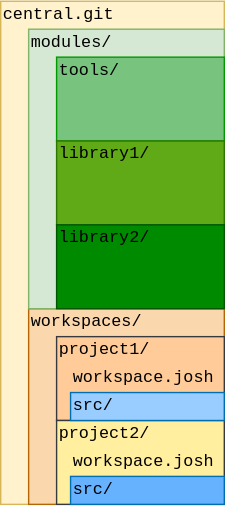
This is docs/img/central.svg from josh-project/josh, a draw.io export, as it was before one commit. Source tidied: cells renumbered, new cells last; positions are measured from the earlier drawing's top-left corner, leaving out a move shared by most shapes. The source it was exported from:
```xml
<mxGraphModel>
  <root>
    <mxCell id="0" />
    <mxCell id="1" parent="0" />
    <mxCell id="2" style="rounded=0;whiteSpace=wrap;html=1;align=left;fillColor=#fff2cc;strokeColor=#d6b656;fontFamily=Courier New;" parent="1" vertex="1">
      <mxGeometry width="160" height="360" as="geometry" />
    </mxCell>
    <mxCell id="3" style="rounded=0;whiteSpace=wrap;html=1;align=left;fillColor=#fad7ac;strokeColor=#b46504;fontFamily=Courier New;" parent="1" vertex="1">
      <mxGeometry x="20" y="220" width="140" height="140" as="geometry" />
    </mxCell>
    <mxCell id="4" style="rounded=0;whiteSpace=wrap;html=1;align=left;fillColor=#d5e8d4;strokeColor=#82b366;fontFamily=Courier New;" parent="1" vertex="1">
      <mxGeometry x="20" y="20" width="140" height="200" as="geometry" />
    </mxCell>
    <mxCell id="5" value="&lt;div&gt;central.git&lt;/div&gt;" style="text;html=1;strokeColor=none;fillColor=none;align=left;verticalAlign=middle;whiteSpace=wrap;rounded=0;fontFamily=Courier New;" parent="1" vertex="1">
      <mxGeometry width="160" height="20" as="geometry" />
    </mxCell>
    <mxCell id="6" value="&lt;div&gt;&lt;br&gt;&lt;/div&gt;" style="rounded=0;whiteSpace=wrap;html=1;align=left;fontFamily=Courier New;fontColor=#ffffff;fillColor=#78C47F;strokeColor=#009900;" parent="1" vertex="1">
      <mxGeometry x="40" y="40" width="120" height="60" as="geometry" />
    </mxCell>
    <mxCell id="7" style="rounded=0;whiteSpace=wrap;html=1;align=left;fillColor=#60a917;strokeColor=#2D7600;fontFamily=Courier New;" parent="1" vertex="1">
      <mxGeometry x="40" y="100" width="120" height="60" as="geometry" />
    </mxCell>
    <mxCell id="8" style="rounded=0;whiteSpace=wrap;html=1;align=left;fillColor=#ffcc99;strokeColor=#36393d;fontFamily=Courier New;" parent="1" vertex="1">
      <mxGeometry x="40" y="240" width="120" height="60" as="geometry" />
    </mxCell>
    <mxCell id="9" value="modules/" style="text;html=1;strokeColor=none;fillColor=none;align=left;verticalAlign=middle;whiteSpace=wrap;rounded=0;fontFamily=Courier New;" parent="1" vertex="1">
      <mxGeometry x="20" y="20" width="130" height="20" as="geometry" />
    </mxCell>
    <mxCell id="10" value="workspaces/" style="text;html=1;strokeColor=none;fillColor=none;align=left;verticalAlign=middle;whiteSpace=wrap;rounded=0;fontFamily=Courier New;" parent="1" vertex="1">
      <mxGeometry x="20" y="220" width="140" height="20" as="geometry" />
    </mxCell>
    <mxCell id="11" style="rounded=0;whiteSpace=wrap;html=1;align=left;strokeColor=#36393d;fontFamily=Courier New;fillColor=#FFEF9E;" parent="1" vertex="1">
      <mxGeometry x="40" y="300" width="120" height="60" as="geometry" />
    </mxCell>
    <mxCell id="12" style="rounded=0;whiteSpace=wrap;html=1;align=left;fillColor=#008a00;strokeColor=#005700;fontFamily=Courier New;" parent="1" vertex="1">
      <mxGeometry x="40" y="160" width="120" height="60" as="geometry" />
    </mxCell>
    <mxCell id="13" value="&lt;div&gt;tools/&lt;/div&gt;" style="text;html=1;strokeColor=none;fillColor=none;align=left;verticalAlign=middle;whiteSpace=wrap;rounded=0;fontFamily=Courier New;" parent="1" vertex="1">
      <mxGeometry x="40" y="40" width="120" height="20" as="geometry" />
    </mxCell>
    <mxCell id="14" value="library1/" style="text;html=1;strokeColor=none;fillColor=none;align=left;verticalAlign=middle;whiteSpace=wrap;rounded=0;fontFamily=Courier New;" parent="1" vertex="1">
      <mxGeometry x="40" y="100" width="120" height="20" as="geometry" />
    </mxCell>
    <mxCell id="15" value="library2/" style="text;html=1;strokeColor=none;fillColor=none;align=left;verticalAlign=middle;whiteSpace=wrap;rounded=0;fontFamily=Courier New;" parent="1" vertex="1">
      <mxGeometry x="40" y="160" width="120" height="20" as="geometry" />
    </mxCell>
    <mxCell id="16" value="project1/" style="text;html=1;strokeColor=none;fillColor=none;align=left;verticalAlign=middle;whiteSpace=wrap;rounded=0;fontFamily=Courier New;" parent="1" vertex="1">
      <mxGeometry x="40" y="240" width="120" height="20" as="geometry" />
    </mxCell>
    <mxCell id="17" value="&lt;div&gt;project2/&lt;/div&gt;" style="text;html=1;strokeColor=none;fillColor=none;align=left;verticalAlign=middle;whiteSpace=wrap;rounded=0;fontFamily=Courier New;" parent="1" vertex="1">
      <mxGeometry x="40" y="300" width="120" height="20" as="geometry" />
    </mxCell>
    <mxCell id="18" style="rounded=0;whiteSpace=wrap;html=1;align=left;strokeColor=#006EAF;fontFamily=Courier New;fontColor=#ffffff;fillColor=#99CCFF;" parent="1" vertex="1">
      <mxGeometry x="50" y="280" width="110" height="20" as="geometry" />
    </mxCell>
    <mxCell id="19" value="src/" style="text;html=1;strokeColor=none;fillColor=none;align=left;verticalAlign=middle;whiteSpace=wrap;rounded=0;fontFamily=Courier New;" parent="1" vertex="1">
      <mxGeometry x="50" y="280" width="100" height="20" as="geometry" />
    </mxCell>
    <mxCell id="20" style="rounded=0;whiteSpace=wrap;html=1;align=left;strokeColor=#006EAF;fontFamily=Courier New;fontColor=#ffffff;fillColor=#66B2FF;" parent="1" vertex="1">
      <mxGeometry x="50" y="340" width="110" height="20" as="geometry" />
    </mxCell>
    <mxCell id="21" value="src/" style="text;html=1;strokeColor=none;fillColor=none;align=left;verticalAlign=middle;whiteSpace=wrap;rounded=0;fontFamily=Courier New;" parent="1" vertex="1">
      <mxGeometry x="50" y="340" width="100" height="20" as="geometry" />
    </mxCell>
    <mxCell id="22" value="workspace.josh" style="text;html=1;fillColor=none;align=left;verticalAlign=middle;whiteSpace=wrap;rounded=0;fontFamily=Courier New;" parent="1" vertex="1">
      <mxGeometry x="50" y="260" width="110" height="20" as="geometry" />
    </mxCell>
    <mxCell id="23" value="workspace.josh" style="text;html=1;fillColor=none;align=left;verticalAlign=middle;whiteSpace=wrap;rounded=0;fontFamily=Courier New;" parent="1" vertex="1">
      <mxGeometry x="50" y="320" width="110" height="20" as="geometry" />
    </mxCell>
  </root>
</mxGraphModel>
```
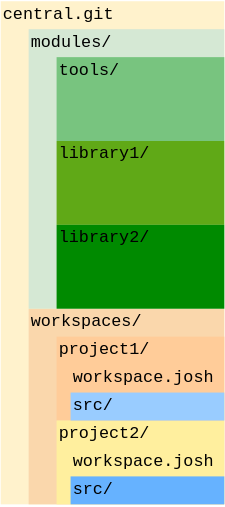
After the commit.

The edit, as a diff of the source:
```diff
@@ -2,64 +2,64 @@
   <root>
     <mxCell id="0" />
     <mxCell id="1" parent="0" />
-    <mxCell id="2" style="rounded=0;whiteSpace=wrap;html=1;align=left;fillColor=#fff2cc;strokeColor=#d6b656;fontFamily=Courier New;" parent="1" vertex="1">
+    <mxCell id="2" style="rounded=0;whiteSpace=wrap;html=1;align=left;fillColor=#fff2cc;fontFamily=Courier New;strokeColor=none;" parent="1" vertex="1">
       <mxGeometry width="160" height="360" as="geometry" />
     </mxCell>
-    <mxCell id="3" style="rounded=0;whiteSpace=wrap;html=1;align=left;fillColor=#fad7ac;strokeColor=#b46504;fontFamily=Courier New;" parent="1" vertex="1">
+    <mxCell id="3" style="rounded=0;whiteSpace=wrap;html=1;align=left;fillColor=#fad7ac;fontFamily=Courier New;strokeColor=none;" parent="1" vertex="1">
       <mxGeometry x="20" y="220" width="140" height="140" as="geometry" />
     </mxCell>
-    <mxCell id="4" style="rounded=0;whiteSpace=wrap;html=1;align=left;fillColor=#d5e8d4;strokeColor=#82b366;fontFamily=Courier New;" parent="1" vertex="1">
+    <mxCell id="4" style="rounded=0;whiteSpace=wrap;html=1;align=left;fillColor=#d5e8d4;fontFamily=Courier New;strokeColor=none;" parent="1" vertex="1">
       <mxGeometry x="20" y="20" width="140" height="200" as="geometry" />
     </mxCell>
-    <mxCell id="5" value="&lt;div&gt;central.git&lt;/div&gt;" style="text;html=1;strokeColor=none;fillColor=none;align=left;verticalAlign=middle;whiteSpace=wrap;rounded=0;fontFamily=Courier New;" parent="1" vertex="1">
+    <mxCell id="5" value="&lt;div&gt;central.git&lt;/div&gt;" style="text;html=1;fillColor=none;align=left;verticalAlign=middle;whiteSpace=wrap;rounded=0;fontFamily=Courier New;" parent="1" vertex="1">
       <mxGeometry width="160" height="20" as="geometry" />
     </mxCell>
-    <mxCell id="6" value="&lt;div&gt;&lt;br&gt;&lt;/div&gt;" style="rounded=0;whiteSpace=wrap;html=1;align=left;fontFamily=Courier New;fontColor=#ffffff;fillColor=#78C47F;strokeColor=#009900;" parent="1" vertex="1">
+    <mxCell id="6" value="&lt;div&gt;&lt;br&gt;&lt;/div&gt;" style="rounded=0;whiteSpace=wrap;html=1;align=left;fontFamily=Courier New;fontColor=#ffffff;fillColor=#78C47F;strokeColor=none;" parent="1" vertex="1">
       <mxGeometry x="40" y="40" width="120" height="60" as="geometry" />
     </mxCell>
-    <mxCell id="7" style="rounded=0;whiteSpace=wrap;html=1;align=left;fillColor=#60a917;strokeColor=#2D7600;fontFamily=Courier New;" parent="1" vertex="1">
+    <mxCell id="7" style="rounded=0;whiteSpace=wrap;html=1;align=left;fillColor=#60a917;fontFamily=Courier New;strokeColor=none;" parent="1" vertex="1">
       <mxGeometry x="40" y="100" width="120" height="60" as="geometry" />
     </mxCell>
-    <mxCell id="8" style="rounded=0;whiteSpace=wrap;html=1;align=left;fillColor=#ffcc99;strokeColor=#36393d;fontFamily=Courier New;" parent="1" vertex="1">
+    <mxCell id="8" style="rounded=0;whiteSpace=wrap;html=1;align=left;fillColor=#ffcc99;fontFamily=Courier New;strokeColor=none;" parent="1" vertex="1">
       <mxGeometry x="40" y="240" width="120" height="60" as="geometry" />
     </mxCell>
-    <mxCell id="9" value="modules/" style="text;html=1;strokeColor=none;fillColor=none;align=left;verticalAlign=middle;whiteSpace=wrap;rounded=0;fontFamily=Courier New;" parent="1" vertex="1">
+    <mxCell id="9" value="modules/" style="text;html=1;fillColor=none;align=left;verticalAlign=middle;whiteSpace=wrap;rounded=0;fontFamily=Courier New;" parent="1" vertex="1">
       <mxGeometry x="20" y="20" width="130" height="20" as="geometry" />
     </mxCell>
-    <mxCell id="10" value="workspaces/" style="text;html=1;strokeColor=none;fillColor=none;align=left;verticalAlign=middle;whiteSpace=wrap;rounded=0;fontFamily=Courier New;" parent="1" vertex="1">
+    <mxCell id="10" value="workspaces/" style="text;html=1;fillColor=none;align=left;verticalAlign=middle;whiteSpace=wrap;rounded=0;fontFamily=Courier New;" parent="1" vertex="1">
       <mxGeometry x="20" y="220" width="140" height="20" as="geometry" />
     </mxCell>
-    <mxCell id="11" style="rounded=0;whiteSpace=wrap;html=1;align=left;strokeColor=#36393d;fontFamily=Courier New;fillColor=#FFEF9E;" parent="1" vertex="1">
+    <mxCell id="11" style="rounded=0;whiteSpace=wrap;html=1;align=left;fontFamily=Courier New;fillColor=#FFEF9E;strokeColor=none;" parent="1" vertex="1">
       <mxGeometry x="40" y="300" width="120" height="60" as="geometry" />
     </mxCell>
-    <mxCell id="12" style="rounded=0;whiteSpace=wrap;html=1;align=left;fillColor=#008a00;strokeColor=#005700;fontFamily=Courier New;" parent="1" vertex="1">
+    <mxCell id="12" style="rounded=0;whiteSpace=wrap;html=1;align=left;fillColor=#008a00;fontFamily=Courier New;strokeColor=none;" parent="1" vertex="1">
       <mxGeometry x="40" y="160" width="120" height="60" as="geometry" />
     </mxCell>
-    <mxCell id="13" value="&lt;div&gt;tools/&lt;/div&gt;" style="text;html=1;strokeColor=none;fillColor=none;align=left;verticalAlign=middle;whiteSpace=wrap;rounded=0;fontFamily=Courier New;" parent="1" vertex="1">
+    <mxCell id="13" value="&lt;div&gt;tools/&lt;/div&gt;" style="text;html=1;fillColor=none;align=left;verticalAlign=middle;whiteSpace=wrap;rounded=0;fontFamily=Courier New;" parent="1" vertex="1">
       <mxGeometry x="40" y="40" width="120" height="20" as="geometry" />
     </mxCell>
-    <mxCell id="14" value="library1/" style="text;html=1;strokeColor=none;fillColor=none;align=left;verticalAlign=middle;whiteSpace=wrap;rounded=0;fontFamily=Courier New;" parent="1" vertex="1">
+    <mxCell id="14" value="library1/" style="text;html=1;fillColor=none;align=left;verticalAlign=middle;whiteSpace=wrap;rounded=0;fontFamily=Courier New;" parent="1" vertex="1">
       <mxGeometry x="40" y="100" width="120" height="20" as="geometry" />
     </mxCell>
-    <mxCell id="15" value="library2/" style="text;html=1;strokeColor=none;fillColor=none;align=left;verticalAlign=middle;whiteSpace=wrap;rounded=0;fontFamily=Courier New;" parent="1" vertex="1">
+    <mxCell id="15" value="library2/" style="text;html=1;fillColor=none;align=left;verticalAlign=middle;whiteSpace=wrap;rounded=0;fontFamily=Courier New;" parent="1" vertex="1">
       <mxGeometry x="40" y="160" width="120" height="20" as="geometry" />
     </mxCell>
-    <mxCell id="16" value="project1/" style="text;html=1;strokeColor=none;fillColor=none;align=left;verticalAlign=middle;whiteSpace=wrap;rounded=0;fontFamily=Courier New;" parent="1" vertex="1">
+    <mxCell id="16" value="project1/" style="text;html=1;fillColor=none;align=left;verticalAlign=middle;whiteSpace=wrap;rounded=0;fontFamily=Courier New;" parent="1" vertex="1">
       <mxGeometry x="40" y="240" width="120" height="20" as="geometry" />
     </mxCell>
-    <mxCell id="17" value="&lt;div&gt;project2/&lt;/div&gt;" style="text;html=1;strokeColor=none;fillColor=none;align=left;verticalAlign=middle;whiteSpace=wrap;rounded=0;fontFamily=Courier New;" parent="1" vertex="1">
+    <mxCell id="17" value="&lt;div&gt;project2/&lt;/div&gt;" style="text;html=1;fillColor=none;align=left;verticalAlign=middle;whiteSpace=wrap;rounded=0;fontFamily=Courier New;" parent="1" vertex="1">
       <mxGeometry x="40" y="300" width="120" height="20" as="geometry" />
     </mxCell>
-    <mxCell id="18" style="rounded=0;whiteSpace=wrap;html=1;align=left;strokeColor=#006EAF;fontFamily=Courier New;fontColor=#ffffff;fillColor=#99CCFF;" parent="1" vertex="1">
+    <mxCell id="18" style="rounded=0;whiteSpace=wrap;html=1;align=left;fontFamily=Courier New;fontColor=#ffffff;fillColor=#99CCFF;strokeColor=none;" parent="1" vertex="1">
       <mxGeometry x="50" y="280" width="110" height="20" as="geometry" />
     </mxCell>
-    <mxCell id="19" value="src/" style="text;html=1;strokeColor=none;fillColor=none;align=left;verticalAlign=middle;whiteSpace=wrap;rounded=0;fontFamily=Courier New;" parent="1" vertex="1">
+    <mxCell id="19" value="src/" style="text;html=1;fillColor=none;align=left;verticalAlign=middle;whiteSpace=wrap;rounded=0;fontFamily=Courier New;" parent="1" vertex="1">
       <mxGeometry x="50" y="280" width="100" height="20" as="geometry" />
     </mxCell>
-    <mxCell id="20" style="rounded=0;whiteSpace=wrap;html=1;align=left;strokeColor=#006EAF;fontFamily=Courier New;fontColor=#ffffff;fillColor=#66B2FF;" parent="1" vertex="1">
+    <mxCell id="20" style="rounded=0;whiteSpace=wrap;html=1;align=left;fontFamily=Courier New;fontColor=#ffffff;fillColor=#66B2FF;strokeColor=none;" parent="1" vertex="1">
       <mxGeometry x="50" y="340" width="110" height="20" as="geometry" />
     </mxCell>
-    <mxCell id="21" value="src/" style="text;html=1;strokeColor=none;fillColor=none;align=left;verticalAlign=middle;whiteSpace=wrap;rounded=0;fontFamily=Courier New;" parent="1" vertex="1">
+    <mxCell id="21" value="src/" style="text;html=1;fillColor=none;align=left;verticalAlign=middle;whiteSpace=wrap;rounded=0;fontFamily=Courier New;" parent="1" vertex="1">
       <mxGeometry x="50" y="340" width="100" height="20" as="geometry" />
     </mxCell>
     <mxCell id="22" value="workspace.josh" style="text;html=1;fillColor=none;align=left;verticalAlign=middle;whiteSpace=wrap;rounded=0;fontFamily=Courier New;" parent="1" vertex="1">
```
